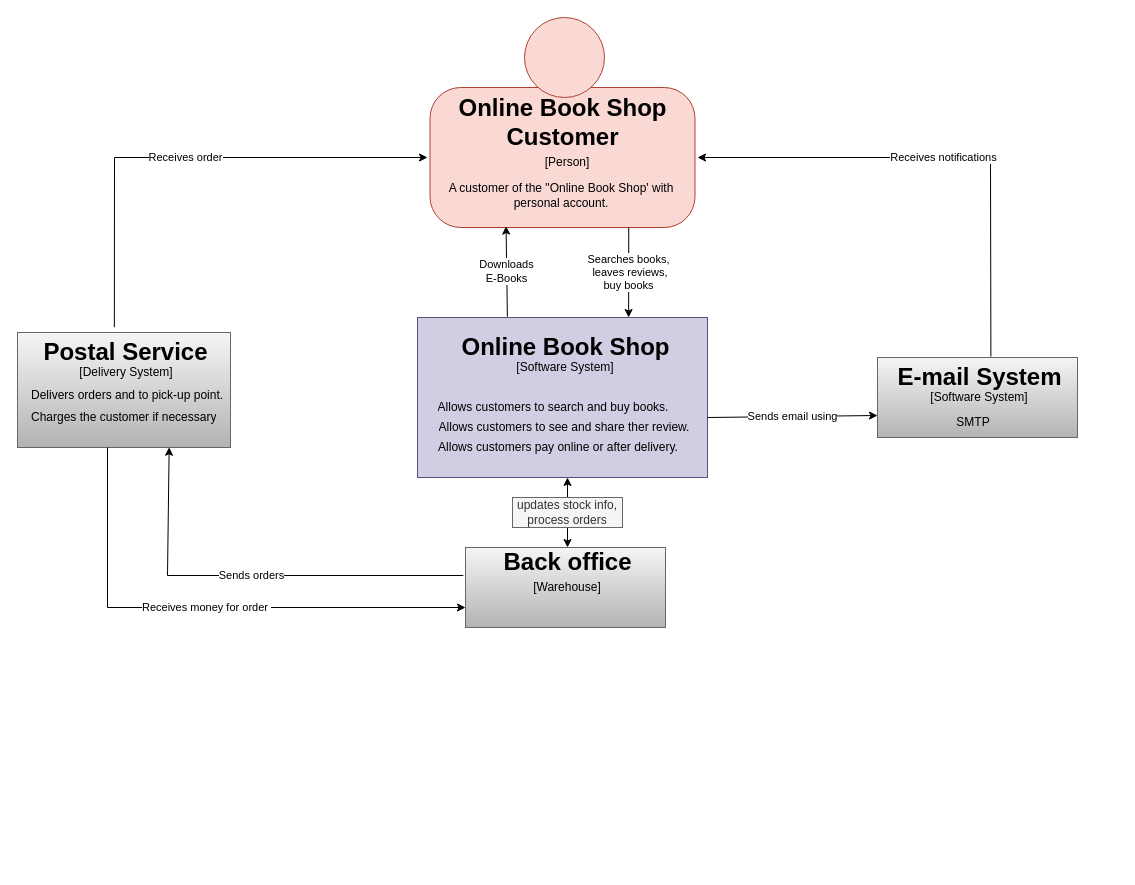
Above: hw1/HW1.context.drawio in 4thwithme/ms_course (draw.io), before the change. Source tidied: cells renumbered, new cells numbered last; positions are measured from the earlier drawing's top-left corner, leaving out a move shared by most shapes. Both pictures are drawn from the tidied source at 100%, with x=0, y=0 at pixel (17, 17).
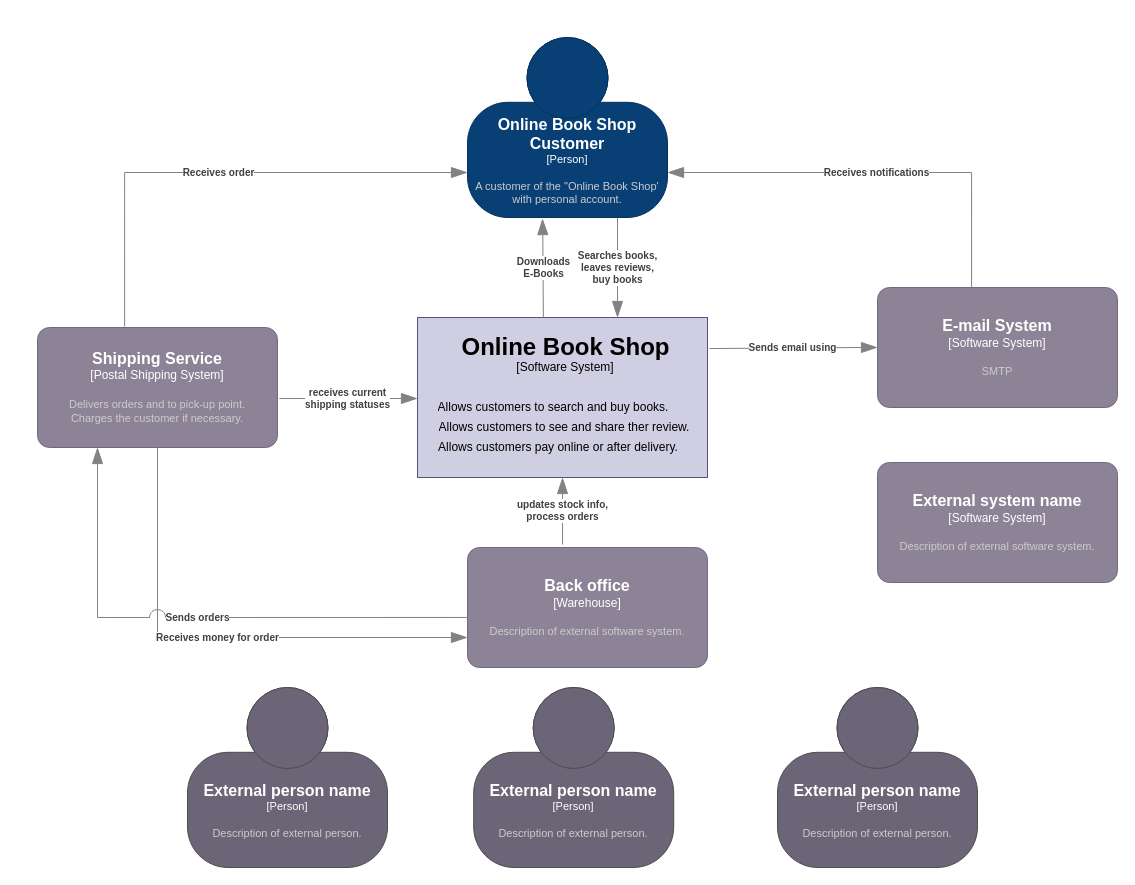
The same diagram, later.

The change refers to these unchanged cells:
```xml
<mxCell id="2" style="rounded=1;whiteSpace=wrap;html=1;arcSize=0;fillColor=#d0cee2;strokeColor=#56517e;" parent="1" vertex="1">
  <mxGeometry x="400" y="300" width="290" height="160" as="geometry" />
</mxCell>
```

What changed in the source:
```diff
@@
-    <mxCell id="8" style="rounded=1;whiteSpace=wrap;html=1;arcSize=22;fillColor=#fad9d5;strokeColor=#ae4132;" parent="1" vertex="1">
-      <mxGeometry x="412.5" y="70" width="265" height="140" as="geometry" />
-    </mxCell>
-    <mxCell id="9" value="Online Book Shop &lt;br&gt;Customer" style="text;strokeColor=none;fillColor=none;html=1;fontSize=24;fontStyle=1;verticalAlign=middle;align=center;fontColor=#000000;rounded=1;" parent="1" vertex="1">
-      <mxGeometry x="445" y="85" width="200" height="40" as="geometry" />
-    </mxCell>
-    <mxCell id="10" value="[Person]" style="text;html=1;strokeColor=none;fillColor=none;align=center;verticalAlign=middle;whiteSpace=wrap;overflow=hidden;fontColor=#000000;rounded=1;" parent="1" vertex="1">
-      <mxGeometry x="510" y="135" width="80" height="20" as="geometry" />
-    </mxCell>
-    <mxCell id="11" style="ellipse;whiteSpace=wrap;html=1;fillColor=#fad9d5;strokeColor=#ae4132;rounded=1;" parent="1" vertex="1">
-      <mxGeometry x="507" width="80" height="80" as="geometry" />
-    </mxCell>
-    <mxCell id="12" value="A customer of the &quot;Online Book Shop' with personal account." style="text;html=1;strokeColor=none;fillColor=none;align=center;verticalAlign=middle;whiteSpace=wrap;rounded=1;fontColor=#000000;" parent="1" vertex="1">
-      <mxGeometry x="425" y="155" width="237.5" height="45" as="geometry" />
-    </mxCell>
-    <mxCell id="13" style="rounded=1;whiteSpace=wrap;html=1;arcSize=0;fillColor=#f5f5f5;strokeColor=#666666;gradientColor=#b3b3b3;" parent="1" vertex="1">
-      <mxGeometry x="860" y="340" width="200" height="80" as="geometry" />
-    </mxCell>
-    <mxCell id="14" value="E-mail System" style="text;strokeColor=none;fillColor=none;html=1;fontSize=24;fontStyle=1;verticalAlign=middle;align=center;fontColor=#000000;rounded=1;" parent="1" vertex="1">
-      <mxGeometry x="912" y="340" width="100" height="40" as="geometry" />
-    </mxCell>
-    <mxCell id="15" value="[Software System]" style="text;html=1;strokeColor=none;fillColor=none;align=center;verticalAlign=middle;whiteSpace=wrap;overflow=hidden;fontColor=#000000;rounded=1;" parent="1" vertex="1">
-      <mxGeometry x="897" y="370" width="130" height="20" as="geometry" />
-    </mxCell>
-    <mxCell id="16" value="SMTP" style="text;html=1;strokeColor=none;fillColor=none;align=center;verticalAlign=middle;whiteSpace=wrap;overflow=hidden;fontColor=#000000;rounded=1;" parent="1" vertex="1">
-      <mxGeometry x="930" y="395" width="52" height="20" as="geometry" />
-    </mxCell>
-    <mxCell id="17" style="rounded=1;whiteSpace=wrap;html=1;arcSize=0;fillColor=#f5f5f5;strokeColor=#666666;gradientColor=#b3b3b3;" parent="1" vertex="1">
-      <mxGeometry y="315" width="213" height="115" as="geometry" />
-    </mxCell>
-    <mxCell id="18" value="Postal Service" style="text;strokeColor=none;fillColor=none;html=1;fontSize=24;fontStyle=1;verticalAlign=middle;align=center;fontColor=#000000;rounded=1;" parent="1" vertex="1">
-      <mxGeometry x="10" y="315" width="196.5" height="40" as="geometry" />
-    </mxCell>
-    <mxCell id="19" value="[Delivery System]" style="text;html=1;strokeColor=none;fillColor=none;align=center;verticalAlign=middle;whiteSpace=wrap;overflow=hidden;fontColor=#000000;rounded=1;" parent="1" vertex="1">
-      <mxGeometry x="43.5" y="345" width="130" height="20" as="geometry" />
-    </mxCell>
-    <mxCell id="20" value="Delivers orders and to pick-up point." style="text;html=1;strokeColor=none;fillColor=none;align=left;verticalAlign=middle;whiteSpace=wrap;overflow=hidden;fontColor=#000000;rounded=1;" parent="1" vertex="1">
-      <mxGeometry x="11.5" y="365" width="198.5" height="25" as="geometry" />
-    </mxCell>
-    <mxCell id="21" value="Charges the customer if necessary" style="text;html=1;strokeColor=none;fillColor=none;align=left;verticalAlign=middle;whiteSpace=wrap;overflow=hidden;fontColor=#000000;rounded=1;" parent="1" vertex="1">
-      <mxGeometry x="11.5" y="390" width="190" height="20" as="geometry" />
-    </mxCell>
+    <object id="34" label="&lt;font style=&quot;font-size: 16px&quot;&gt;&lt;b&gt;%c4Name%&lt;/b&gt;&lt;/font&gt;&lt;div&gt;[%c4Type%]&lt;/div&gt;&lt;br&gt;&lt;div&gt;&lt;font style=&quot;font-size: 11px&quot;&gt;&lt;font color=&quot;#cccccc&quot;&gt;%c4Description%&lt;/font&gt;&lt;/div&gt;" c4Description="A customer of the &quot;Online Book Shop' with personal account." c4Name="Online Book Shop Customer" c4Type="Person" placeholders="1">
+      <mxCell style="html=1;fontSize=11;dashed=0;whiteSpace=wrap;fillColor=#083F75;strokeColor=#06315C;fontColor=#ffffff;shape=mxgraph.c4.person2;align=center;points=[[0.5,0,0],[1,0.5,0],[1,0.75,0],[0.75,1,0],[0.5,1,0],[0.25,1,0],[0,0.75,0],[0,0.5,0]];" parent="1" vertex="1">
+        <mxGeometry x="450" y="20" width="200" height="180" as="geometry" />
+      </mxCell>
+    </object>
+    <object id="35" label="&lt;font style=&quot;font-size: 16px&quot;&gt;&lt;b&gt;%c4Name%&lt;/b&gt;&lt;/font&gt;&lt;div&gt;[%c4Type%]&lt;/div&gt;&lt;br&gt;&lt;div&gt;&lt;font style=&quot;font-size: 11px&quot;&gt;&lt;font color=&quot;#cccccc&quot;&gt;%c4Description%&lt;/font&gt;&lt;/div&gt;" c4Description="SMTP" c4Name="E-mail System" c4Type="Software System" placeholders="1">
+      <mxCell style="rounded=1;whiteSpace=wrap;html=1;labelBackgroundColor=none;fillColor=#8C8496;fontColor=#ffffff;align=center;arcSize=10;strokeColor=#736782;points=[[0.25,0,0],[0.5,0,0],[0.75,0,0],[1,0.25,0],[1,0.5,0],[1,0.75,0],[0.75,1,0],[0.5,1,0],[0.25,1,0],[0,0.75,0],[0,0.5,0],[0,0.25,0]];" parent="1" vertex="1">
+        <mxGeometry x="860" y="270" width="240" height="120" as="geometry" />
+      </mxCell>
+    </object>
+    <object id="36" label="&lt;font style=&quot;font-size: 16px&quot;&gt;&lt;b&gt;%c4Name%&lt;/b&gt;&lt;/font&gt;&lt;div&gt;[%c4Type%]&lt;/div&gt;&lt;br&gt;&lt;div&gt;&lt;font style=&quot;font-size: 11px&quot;&gt;&lt;font color=&quot;#cccccc&quot;&gt;%c4Description%&lt;/font&gt;&lt;/div&gt;" c4Description="Delivers orders and to pick-up point.&#10;Charges the customer if necessary." c4Name="Shipping Service" c4Type="Postal Shipping System" placeholders="1">
+      <mxCell style="rounded=1;whiteSpace=wrap;html=1;labelBackgroundColor=none;fillColor=#8C8496;fontColor=#ffffff;align=center;arcSize=10;strokeColor=#736782;points=[[0.25,0,0],[0.5,0,0],[0.75,0,0],[1,0.25,0],[1,0.5,0],[1,0.75,0],[0.75,1,0],[0.5,1,0],[0.25,1,0],[0,0.75,0],[0,0.5,0],[0,0.25,0]];" parent="1" vertex="1">
+        <mxGeometry x="20" y="310" width="240" height="120" as="geometry" />
+      </mxCell>
+    </object>
+    <object id="37" label="&lt;font style=&quot;font-size: 16px&quot;&gt;&lt;b&gt;%c4Name%&lt;/b&gt;&lt;/font&gt;&lt;div&gt;[%c4Type%]&lt;/div&gt;&lt;br&gt;&lt;div&gt;&lt;font style=&quot;font-size: 11px&quot;&gt;&lt;font color=&quot;#cccccc&quot;&gt;%c4Description%&lt;/font&gt;&lt;/div&gt;" c4Description="Description of external software system." c4Name="Back office" c4Type="Warehouse" placeholders="1">
+      <mxCell style="rounded=1;whiteSpace=wrap;html=1;labelBackgroundColor=none;fillColor=#8C8496;fontColor=#ffffff;align=center;arcSize=10;strokeColor=#736782;points=[[0.25,0,0],[0.5,0,0],[0.75,0,0],[1,0.25,0],[1,0.5,0],[1,0.75,0],[0.75,1,0],[0.5,1,0],[0.25,1,0],[0,0.75,0],[0,0.5,0],[0,0.25,0]];" parent="1" vertex="1">
+        <mxGeometry x="450" y="530" width="240" height="120" as="geometry" />
+      </mxCell>
+    </object>
+    <object id="33" label="&lt;div style=&quot;text-align: left&quot;&gt;&lt;div style=&quot;text-align: center&quot;&gt;&lt;b&gt;%c4Description%&lt;/b&gt;&lt;/div&gt;" c4Description="updates stock info,&#10;process orders" placeholders="1">
+      <mxCell style="endArrow=blockThin;html=1;fontSize=10;fontColor=#404040;strokeWidth=1;endFill=1;strokeColor=#828282;elbow=vertical;endSize=14;startSize=14;jumpStyle=arc;jumpSize=16;rounded=0;edgeStyle=orthogonalEdgeStyle;exitX=0.396;exitY=-0.025;exitDx=0;exitDy=0;exitPerimeter=0;" parent="1" edge="1" source="37" target="2">
+        <mxGeometry relative="1" as="geometry" />
+      </mxCell>
+    </object>
-    <mxCell id="22" value="Receives money for order&amp;nbsp;" style="endArrow=classic;html=1;rounded=0;entryX=0;entryY=0.75;entryDx=0;entryDy=0;" parent="1" edge="1" target="29">
-      <mxGeometry relative="1" as="geometry">
-        <mxPoint x="90" y="430" as="sourcePoint" />
-        <Array as="points">
-          <mxPoint x="90" y="590" />
-        </Array>
-      </mxGeometry>
-    </mxCell>
+    <object id="22" label="&lt;div style=&quot;text-align: left&quot;&gt;&lt;div style=&quot;text-align: center&quot;&gt;&lt;b&gt;%c4Description%&lt;/b&gt;&lt;/div&gt;" c4Description="Receives money for order " placeholders="1">
+      <mxCell style="endArrow=blockThin;html=1;fontSize=10;fontColor=#404040;strokeWidth=1;endFill=1;strokeColor=#828282;elbow=vertical;endSize=14;startSize=14;jumpStyle=arc;jumpSize=16;rounded=0;edgeStyle=orthogonalEdgeStyle;entryX=0;entryY=0.75;entryDx=0;entryDy=0;entryPerimeter=0;" parent="1" edge="1" source="36" target="37">
+        <mxGeometry relative="1" as="geometry">
+          <Array as="points">
+            <mxPoint x="140" y="620" />
+          </Array>
+        </mxGeometry>
+      </mxCell>
+    </object>
-    <mxCell id="23" value="Sends email using" style="endArrow=classic;html=1;rounded=0;exitX=0.996;exitY=0.671;exitDx=0;exitDy=0;exitPerimeter=0;" parent="1" edge="1">
-      <mxGeometry relative="1" as="geometry">
-        <mxPoint x="690" y="400" as="sourcePoint" />
-        <mxPoint x="860" y="398" as="targetPoint" />
-      </mxGeometry>
-    </mxCell>
-    <mxCell id="24" value="Sends orders" style="endArrow=classic;html=1;rounded=0;entryX=0.712;entryY=0.998;entryDx=0;entryDy=0;entryPerimeter=0;exitX=-0.011;exitY=0.35;exitDx=0;exitDy=0;exitPerimeter=0;" parent="1" edge="1" source="29" target="17">
-      <mxGeometry relative="1" as="geometry">
-        <Array as="points">
-          <mxPoint x="150" y="558" />
-        </Array>
-      </mxGeometry>
-    </mxCell>
+    <object id="24" label="&lt;div style=&quot;text-align: left&quot;&gt;&lt;div style=&quot;text-align: center&quot;&gt;&lt;b&gt;%c4Description%&lt;/b&gt;&lt;/div&gt;" c4Description="Sends orders" placeholders="1">
+      <mxCell style="endArrow=blockThin;html=1;fontSize=10;fontColor=#404040;strokeWidth=1;endFill=1;strokeColor=#828282;elbow=vertical;endSize=14;startSize=14;jumpStyle=arc;jumpSize=16;rounded=0;edgeStyle=orthogonalEdgeStyle;exitX=0;exitY=0.583;exitDx=0;exitDy=0;exitPerimeter=0;entryX=0.25;entryY=1;entryDx=0;entryDy=0;entryPerimeter=0;" parent="1" edge="1" source="37" target="36">
+        <mxGeometry relative="1" as="geometry" />
+      </mxCell>
+    </object>
-    <mxCell id="25" value="Searches books,&lt;br&gt;&amp;nbsp;leaves reviews, &lt;br&gt;buy books" style="endArrow=classic;html=1;rounded=0;entryX=0.728;entryY=0;entryDx=0;entryDy=0;exitX=0.75;exitY=1;exitDx=0;exitDy=0;entryPerimeter=0;" parent="1" edge="1" source="8" target="2">
-      <mxGeometry x="0.01" relative="1" as="geometry" />
-    </mxCell>
-    <mxCell id="26" value="Receives order" style="endArrow=classic;html=1;rounded=0;exitX=0.442;exitY=-0.131;exitDx=0;exitDy=0;exitPerimeter=0;" parent="1" edge="1" source="18">
-      <mxGeometry relative="1" as="geometry">
-        <mxPoint x="410" y="140" as="targetPoint" />
-        <Array as="points">
-          <mxPoint x="97" y="140" />
-        </Array>
-      </mxGeometry>
-    </mxCell>
+    <object id="26" label="&lt;div style=&quot;text-align: left&quot;&gt;&lt;div style=&quot;text-align: center&quot;&gt;&lt;b&gt;%c4Description%&lt;/b&gt;&lt;/div&gt;" c4Description="Receives order" placeholders="1">
+      <mxCell style="endArrow=blockThin;html=1;fontSize=10;fontColor=#404040;strokeWidth=1;endFill=1;strokeColor=#828282;elbow=vertical;endSize=14;startSize=14;jumpStyle=arc;jumpSize=16;rounded=0;edgeStyle=orthogonalEdgeStyle;exitX=0.363;exitY=-0.008;exitDx=0;exitDy=0;exitPerimeter=0;entryX=0;entryY=0.75;entryDx=0;entryDy=0;entryPerimeter=0;" parent="1" edge="1" source="36" target="34">
+        <mxGeometry relative="1" as="geometry" />
+      </mxCell>
+    </object>
-    <mxCell id="27" value="Receives notifications" style="endArrow=classic;html=1;rounded=0;exitX=0.614;exitY=-0.021;exitDx=0;exitDy=0;exitPerimeter=0;" parent="1" edge="1" source="14">
-      <mxGeometry relative="1" as="geometry">
-        <mxPoint x="680" y="140" as="targetPoint" />
-        <Array as="points">
-          <mxPoint x="973" y="140" />
-        </Array>
-      </mxGeometry>
-    </mxCell>
+    <object id="27" label="&lt;div style=&quot;text-align: left&quot;&gt;&lt;div style=&quot;text-align: center&quot;&gt;&lt;b&gt;%c4Description%&lt;/b&gt;&lt;/div&gt;" c4Description="Receives notifications" placeholders="1">
+      <mxCell style="endArrow=blockThin;html=1;fontSize=10;fontColor=#404040;strokeWidth=1;endFill=1;strokeColor=#828282;elbow=vertical;endSize=14;startSize=14;jumpStyle=arc;jumpSize=16;rounded=0;edgeStyle=orthogonalEdgeStyle;exitX=0.392;exitY=0;exitDx=0;exitDy=0;exitPerimeter=0;entryX=1;entryY=0.75;entryDx=0;entryDy=0;entryPerimeter=0;" parent="1" edge="1" source="35" target="34">
+        <mxGeometry relative="1" as="geometry" />
+      </mxCell>
+    </object>
+    <object id="38" label="&lt;div style=&quot;text-align: left&quot;&gt;&lt;div style=&quot;text-align: center&quot;&gt;&lt;b&gt;%c4Description%&lt;/b&gt;&lt;/div&gt;" c4Description="receives current&#10;shipping statuses" placeholders="1">
+      <mxCell style="endArrow=blockThin;html=1;fontSize=10;fontColor=#404040;strokeWidth=1;endFill=1;strokeColor=#828282;elbow=vertical;endSize=14;startSize=14;jumpStyle=arc;jumpSize=16;rounded=0;edgeStyle=orthogonalEdgeStyle;exitX=1.008;exitY=0.592;exitDx=0;exitDy=0;exitPerimeter=0;" parent="1" edge="1" source="36">
+        <mxGeometry relative="1" as="geometry">
+          <mxPoint x="400" y="381" as="targetPoint" />
+        </mxGeometry>
+      </mxCell>
+    </object>
+    <object id="23" label="&lt;div style=&quot;text-align: left&quot;&gt;&lt;div style=&quot;text-align: center&quot;&gt;&lt;b&gt;%c4Description%&lt;/b&gt;&lt;/div&gt;" c4Description="Sends email using" placeholders="1">
+      <mxCell style="endArrow=blockThin;html=1;fontSize=10;fontColor=#404040;strokeWidth=1;endFill=1;strokeColor=#828282;elbow=vertical;endSize=14;startSize=14;jumpStyle=arc;jumpSize=16;rounded=0;edgeStyle=orthogonalEdgeStyle;exitX=1.007;exitY=0.194;exitDx=0;exitDy=0;entryX=0;entryY=0.5;entryDx=0;entryDy=0;entryPerimeter=0;exitPerimeter=0;" parent="1" edge="1" source="2" target="35">
+        <mxGeometry relative="1" as="geometry" />
+      </mxCell>
+    </object>
-    <mxCell id="28" value="Downloads&lt;br&gt;E-Books" style="endArrow=classic;html=1;rounded=0;entryX=0.287;entryY=0.99;entryDx=0;entryDy=0;entryPerimeter=0;exitX=0.31;exitY=-0.005;exitDx=0;exitDy=0;exitPerimeter=0;" parent="1" edge="1" source="2" target="8">
-      <mxGeometry x="-0.01" relative="1" as="geometry" />
-    </mxCell>
+    <object id="28" label="&lt;div style=&quot;text-align: left&quot;&gt;&lt;div style=&quot;text-align: center&quot;&gt;&lt;b&gt;%c4Description%&lt;/b&gt;&lt;/div&gt;" c4Description="Downloads&#10;E-Books" placeholders="1">
+      <mxCell style="endArrow=blockThin;html=1;fontSize=10;fontColor=#404040;strokeWidth=1;endFill=1;strokeColor=#828282;elbow=vertical;endSize=14;startSize=14;jumpStyle=arc;jumpSize=16;rounded=0;edgeStyle=orthogonalEdgeStyle;exitX=0.434;exitY=0;exitDx=0;exitDy=0;exitPerimeter=0;entryX=0.375;entryY=1.006;entryDx=0;entryDy=0;entryPerimeter=0;" parent="1" edge="1" source="2" target="34">
+        <mxGeometry relative="1" as="geometry" />
+      </mxCell>
+    </object>
-    <mxCell id="29" style="rounded=1;whiteSpace=wrap;html=1;arcSize=0;fillColor=#f5f5f5;strokeColor=#666666;gradientColor=#b3b3b3;" parent="1" vertex="1">
-      <mxGeometry x="448" y="530" width="200" height="80" as="geometry" />
-    </mxCell>
-    <mxCell id="30" value="Back office" style="text;strokeColor=none;fillColor=none;html=1;fontSize=24;fontStyle=1;verticalAlign=middle;align=center;fontColor=#000000;rounded=1;" parent="1" vertex="1">
-      <mxGeometry x="460" y="530" width="180" height="30" as="geometry" />
-    </mxCell>
-    <mxCell id="31" value="[Warehouse]" style="text;html=1;strokeColor=none;fillColor=none;align=center;verticalAlign=middle;whiteSpace=wrap;overflow=hidden;fontColor=#000000;rounded=1;" parent="1" vertex="1">
-      <mxGeometry x="485" y="560" width="130" height="20" as="geometry" />
-    </mxCell>
-    <mxCell id="32" style="endArrow=classic;startArrow=classic;html=1;rounded=0;exitX=0.5;exitY=0;exitDx=0;exitDy=0;" parent="1" edge="1" source="30">
-      <mxGeometry relative="1" as="geometry">
-        <mxPoint x="550" y="460" as="targetPoint" />
-      </mxGeometry>
-    </mxCell>
-    <mxCell id="33" value="updates stock info, &lt;br&gt;process orders" style="text;html=1;strokeColor=#666666;fillColor=#f5f5f5;align=center;verticalAlign=middle;whiteSpace=wrap;rounded=0;fontColor=#333333;" parent="1" vertex="1">
-      <mxGeometry x="495" y="480" width="110" height="30" as="geometry" />
-    </mxCell>
+    <object id="25" label="&lt;div style=&quot;text-align: left&quot;&gt;&lt;div style=&quot;text-align: center&quot;&gt;&lt;b&gt;%c4Description%&lt;/b&gt;&lt;/div&gt;" c4Description="Searches books,&#10; leaves reviews,&#10;buy books" placeholders="1">
+      <mxCell style="endArrow=blockThin;html=1;fontSize=10;fontColor=#404040;strokeWidth=1;endFill=1;strokeColor=#828282;elbow=vertical;endSize=14;startSize=14;jumpStyle=arc;jumpSize=16;rounded=0;edgeStyle=orthogonalEdgeStyle;exitX=0.75;exitY=1;exitDx=0;exitDy=0;exitPerimeter=0;" parent="1" edge="1" source="34">
+        <mxGeometry relative="1" as="geometry">
+          <mxPoint x="600" y="300" as="targetPoint" />
+        </mxGeometry>
+      </mxCell>
+    </object>
+    <object id="39" label="&lt;font style=&quot;font-size: 16px&quot;&gt;&lt;b&gt;%c4Name%&lt;/b&gt;&lt;/font&gt;&lt;div&gt;[%c4Type%]&lt;/div&gt;&lt;br&gt;&lt;div&gt;&lt;font style=&quot;font-size: 11px&quot;&gt;&lt;font color=&quot;#cccccc&quot;&gt;%c4Description%&lt;/font&gt;&lt;/div&gt;" c4Description="Description of external person." c4Name="External person name" c4Type="Person" placeholders="1">
+      <mxCell style="html=1;fontSize=11;dashed=0;whiteSpace=wrap;fillColor=#6C6477;strokeColor=#4D4D4D;fontColor=#ffffff;shape=mxgraph.c4.person2;align=center;" parent="1" vertex="1">
+        <mxGeometry x="760" y="670" width="200" height="180" as="geometry" />
+      </mxCell>
+    </object>
+    <object id="40" label="&lt;font style=&quot;font-size: 16px&quot;&gt;&lt;b&gt;%c4Name%&lt;/b&gt;&lt;/font&gt;&lt;div&gt;[%c4Type%]&lt;/div&gt;&lt;br&gt;&lt;div&gt;&lt;font style=&quot;font-size: 11px&quot;&gt;&lt;font color=&quot;#cccccc&quot;&gt;%c4Description%&lt;/font&gt;&lt;/div&gt;" c4Description="Description of external person." c4Name="External person name" c4Type="Person" placeholders="1">
+      <mxCell style="html=1;fontSize=11;dashed=0;whiteSpace=wrap;fillColor=#6C6477;strokeColor=#4D4D4D;fontColor=#ffffff;shape=mxgraph.c4.person2;align=center;" parent="1" vertex="1">
+        <mxGeometry x="170" y="670" width="200" height="180" as="geometry" />
+      </mxCell>
+    </object>
+    <object id="41" label="&lt;font style=&quot;font-size: 16px&quot;&gt;&lt;b&gt;%c4Name%&lt;/b&gt;&lt;/font&gt;&lt;div&gt;[%c4Type%]&lt;/div&gt;&lt;br&gt;&lt;div&gt;&lt;font style=&quot;font-size: 11px&quot;&gt;&lt;font color=&quot;#cccccc&quot;&gt;%c4Description%&lt;/font&gt;&lt;/div&gt;" c4Description="Description of external person." c4Name="External person name" c4Type="Person" placeholders="1">
+      <mxCell style="html=1;fontSize=11;dashed=0;whiteSpace=wrap;fillColor=#6C6477;strokeColor=#4D4D4D;fontColor=#ffffff;shape=mxgraph.c4.person2;align=center;" parent="1" vertex="1">
+        <mxGeometry x="456.2" y="670" width="200" height="180" as="geometry" />
+      </mxCell>
+    </object>
+    <object id="42" label="&lt;font style=&quot;font-size: 16px&quot;&gt;&lt;b&gt;%c4Name%&lt;/b&gt;&lt;/font&gt;&lt;div&gt;[%c4Type%]&lt;/div&gt;&lt;br&gt;&lt;div&gt;&lt;font style=&quot;font-size: 11px&quot;&gt;&lt;font color=&quot;#cccccc&quot;&gt;%c4Description%&lt;/font&gt;&lt;/div&gt;" c4Description="Description of external software system." c4Name="External system name" c4Type="Software System" placeholders="1">
+      <mxCell style="rounded=1;whiteSpace=wrap;html=1;labelBackgroundColor=none;fillColor=#8C8496;fontColor=#ffffff;align=center;arcSize=10;strokeColor=#736782;" parent="1" vertex="1">
+        <mxGeometry x="860" y="445" width="240" height="120" as="geometry" />
+      </mxCell>
+    </object>
```
